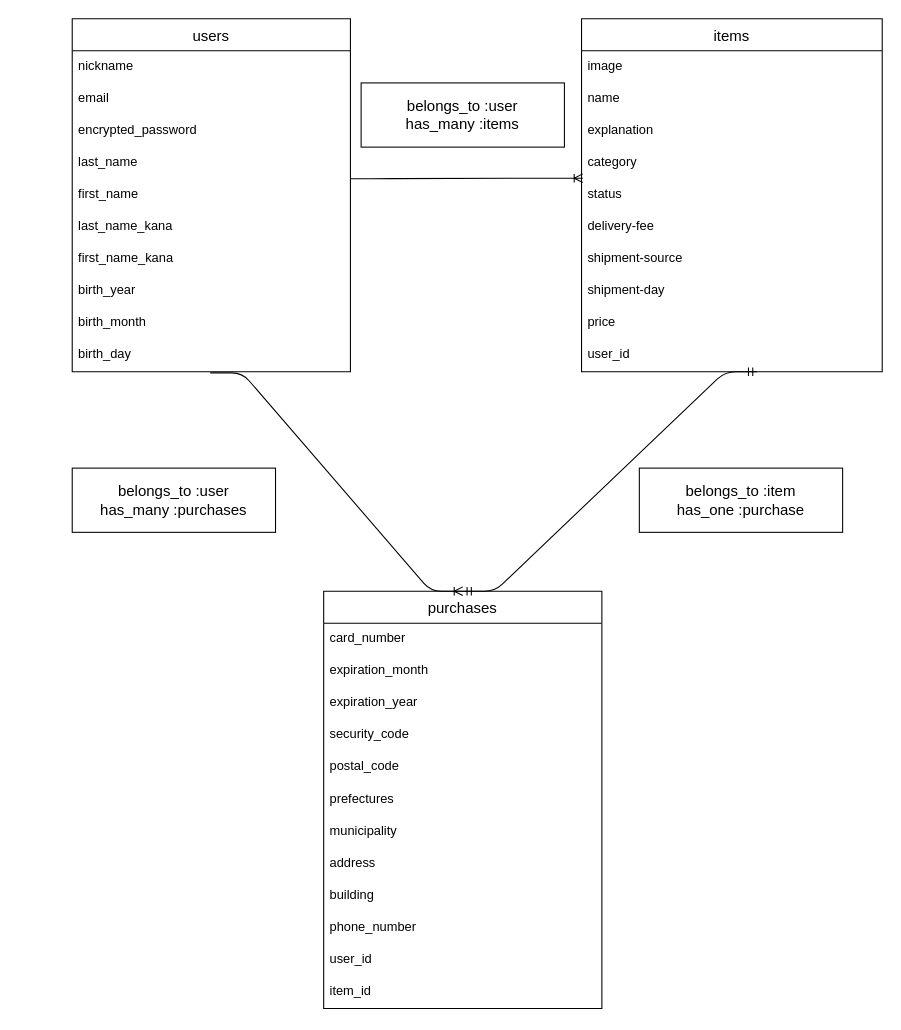
Earlier version of the draw.io diagram Database.dio (ALBAS23/furima-28673). Source tidied: cells renumbered, new cells numbered last; positions are measured from the earlier drawing's top-left corner, leaving out a move shared by most shapes. Both pictures are drawn from the tidied source at 107%, with x=0, y=0 at pixel (72, 18).
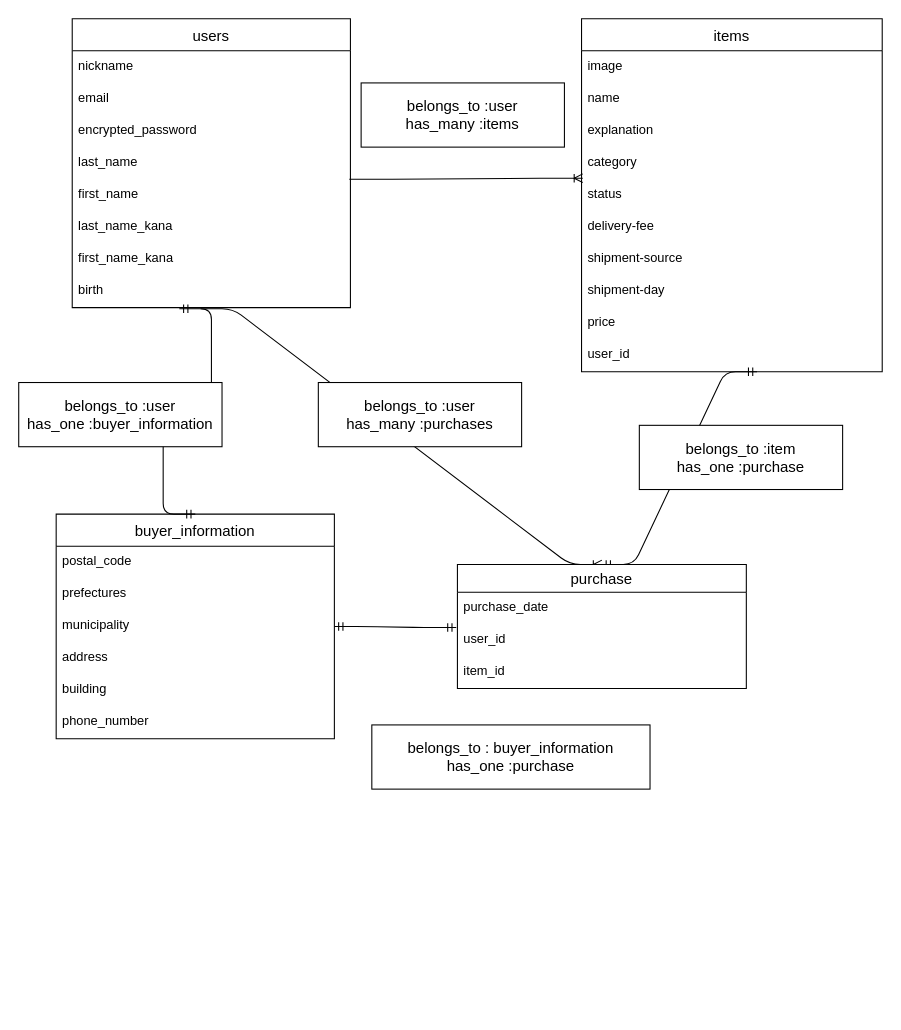
The same diagram, later.

Commit message (it also covers changes not shown here):
データベース設計_修正１

The change refers to these unchanged cells:
```xml
<mxCell id="20" value="first_name" style="text;strokeColor=none;fillColor=none;spacingLeft=4;spacingRight=4;overflow=hidden;points=[[0,0.5],[1,0.5]];portConstraint=eastwest;fontSize=12;rotation=0;" parent="15" vertex="1">
  <mxGeometry y="150" width="260" height="30" as="geometry" />
</mxCell>
<mxCell id="26" value="items" style="swimlane;fontStyle=0;horizontal=1;startSize=30;align=center;fontSize=14;rotation=0;" parent="1" vertex="1">
  <mxGeometry x="476" width="281" height="330" as="geometry" />
</mxCell>
<mxCell id="31" value="status" style="text;strokeColor=none;fillColor=none;spacingLeft=4;spacingRight=4;overflow=hidden;points=[[0,0.5],[1,0.5]];portConstraint=eastwest;fontSize=12;rotation=0;" parent="26" vertex="1">
  <mxGeometry y="150" width="281" height="30" as="geometry" />
</mxCell>
```

What changed in the source:
```diff
@@
-    <mxCell id="2" value="purchases" style="swimlane;fontStyle=0;horizontal=1;startSize=30;align=center;fontSize=14;rotation=0;" parent="1" vertex="1">
-      <mxGeometry x="235" y="535" width="260" height="390" as="geometry" />
+    <mxCell id="2" value="buyer_information" style="swimlane;fontStyle=0;horizontal=1;startSize=30;align=center;fontSize=14;rotation=0;" parent="1" vertex="1">
+      <mxGeometry x="-15" y="463" width="260" height="210" as="geometry" />
     </mxCell>
-    <mxCell id="3" value="card_number" style="text;strokeColor=none;fillColor=none;spacingLeft=4;spacingRight=4;overflow=hidden;fontSize=12;rotation=0;" parent="2" vertex="1">
-      <mxGeometry y="30" width="260" height="30" as="geometry" />
-    </mxCell>
-    <mxCell id="4" value="expiration_month" style="text;strokeColor=none;fillColor=none;spacingLeft=4;spacingRight=4;overflow=hidden;fontSize=12;rotation=0;" parent="2" vertex="1">
-      <mxGeometry y="60" width="260" height="30" as="geometry" />
-    </mxCell>
-    <mxCell id="5" value="expiration_year" style="text;strokeColor=none;fillColor=none;spacingLeft=4;spacingRight=4;overflow=hidden;fontSize=12;rotation=0;" parent="2" vertex="1">
-      <mxGeometry y="90" width="260" height="30" as="geometry" />
-    </mxCell>
-    <mxCell id="6" value="security_code" style="text;strokeColor=none;fillColor=none;spacingLeft=4;spacingRight=4;overflow=hidden;fontSize=12;rotation=0;" parent="2" vertex="1">
-      <mxGeometry y="120" width="260" height="30" as="geometry" />
-    </mxCell>
     <mxCell id="7" value="postal_code" style="text;strokeColor=none;fillColor=none;spacingLeft=4;spacingRight=4;overflow=hidden;fontSize=12;rotation=0;" parent="2" vertex="1">
-      <mxGeometry y="150" width="260" height="30" as="geometry" />
+      <mxGeometry y="30" width="260" height="30" as="geometry" />
     </mxCell>
     <mxCell id="8" value="prefectures" style="text;strokeColor=none;fillColor=none;spacingLeft=4;spacingRight=4;overflow=hidden;fontSize=12;rotation=0;" parent="2" vertex="1">
-      <mxGeometry y="180" width="260" height="30" as="geometry" />
+      <mxGeometry y="60" width="260" height="30" as="geometry" />
     </mxCell>
     <mxCell id="9" value="municipality" style="text;strokeColor=none;fillColor=none;spacingLeft=4;spacingRight=4;overflow=hidden;points=[[0,0.5],[1,0.5]];portConstraint=eastwest;fontSize=12;rotation=0;" parent="2" vertex="1">
-      <mxGeometry y="210" width="260" height="30" as="geometry" />
+      <mxGeometry y="90" width="260" height="30" as="geometry" />
     </mxCell>
     <mxCell id="10" value="address" style="text;strokeColor=none;fillColor=none;spacingLeft=4;spacingRight=4;overflow=hidden;fontSize=12;rotation=0;" parent="2" vertex="1">
-      <mxGeometry y="240" width="260" height="30" as="geometry" />
+      <mxGeometry y="120" width="260" height="30" as="geometry" />
     </mxCell>
     <mxCell id="11" value="building" style="text;strokeColor=none;fillColor=none;spacingLeft=4;spacingRight=4;overflow=hidden;fontSize=12;rotation=0;" parent="2" vertex="1">
-      <mxGeometry y="270" width="260" height="30" as="geometry" />
+      <mxGeometry y="150" width="260" height="30" as="geometry" />
     </mxCell>
     <mxCell id="12" value="phone_number&#10;" style="text;strokeColor=none;fillColor=none;spacingLeft=4;spacingRight=4;overflow=hidden;fontSize=12;rotation=0;" parent="2" vertex="1">
-      <mxGeometry y="300" width="260" height="30" as="geometry" />
+      <mxGeometry y="180" width="260" height="30" as="geometry" />
     </mxCell>
-    <mxCell id="13" value="user_id" style="text;strokeColor=none;fillColor=none;spacingLeft=4;spacingRight=4;overflow=hidden;points=[[0,0.5],[1,0.5]];portConstraint=eastwest;fontSize=12;rotation=0;" parent="2" vertex="1">
-      <mxGeometry y="330" width="260" height="30" as="geometry" />
-    </mxCell>
-    <mxCell id="14" value="item_id" style="text;strokeColor=none;fillColor=none;spacingLeft=4;spacingRight=4;overflow=hidden;fontSize=12;rotation=0;" parent="2" vertex="1">
-      <mxGeometry y="360" width="260" height="30" as="geometry" />
-    </mxCell>
     <mxCell id="15" value="users" style="swimlane;fontStyle=0;horizontal=1;startSize=30;align=center;fontSize=14;rotation=0;" parent="1" vertex="1">
-      <mxGeometry width="260" height="330" as="geometry" />
+      <mxGeometry width="260" height="270" as="geometry" />
     </mxCell>
@@
-    <mxCell id="23" value="birth_year" style="text;strokeColor=none;fillColor=none;spacingLeft=4;spacingRight=4;overflow=hidden;points=[[0,0.5],[1,0.5]];portConstraint=eastwest;fontSize=12;rotation=0;" parent="15" vertex="1">
+    <mxCell id="23" value="birth" style="text;strokeColor=none;fillColor=none;spacingLeft=4;spacingRight=4;overflow=hidden;points=[[0,0.5],[1,0.5]];portConstraint=eastwest;fontSize=12;rotation=0;" parent="15" vertex="1">
       <mxGeometry y="240" width="260" height="30" as="geometry" />
     </mxCell>
-    <mxCell id="24" value="birth_month" style="text;strokeColor=none;fillColor=none;spacingLeft=4;spacingRight=4;overflow=hidden;fontSize=12;rotation=0;" parent="15" vertex="1">
-      <mxGeometry y="270" width="260" height="30" as="geometry" />
-    </mxCell>
-    <mxCell id="25" value="birth_day" style="text;strokeColor=none;fillColor=none;spacingLeft=4;spacingRight=4;overflow=hidden;points=[[0,0.5],[1,0.5]];portConstraint=eastwest;fontSize=12;rotation=0;" parent="15" vertex="1">
-      <mxGeometry y="300" width="260" height="30" as="geometry" />
-    </mxCell>
@@
-    <mxCell id="37" style="edgeStyle=entityRelationEdgeStyle;fontSize=12;html=1;endArrow=ERmandOne;startArrow=ERmandOne;" parent="26" edge="1">
+    <mxCell id="37" style="edgeStyle=entityRelationEdgeStyle;fontSize=12;html=1;endArrow=ERmandOne;startArrow=ERmandOne;exitX=0.5;exitY=0;exitDx=0;exitDy=0;" parent="26" edge="1" source="43">
       <mxGeometry relative="1" as="geometry">
-        <mxPoint x="-111" y="535" as="sourcePoint" />
         <mxPoint x="164" y="330" as="targetPoint" />
       </mxGeometry>
     </mxCell>
-    <mxCell id="38" style="edgeStyle=entityRelationEdgeStyle;fontSize=12;html=1;endArrow=ERoneToMany;exitX=1;exitY=0.5;exitDx=0;exitDy=0;entryX=0.004;entryY=-0.033;entryDx=0;entryDy=0;entryPerimeter=0;" parent="1" edge="1" target="31">
-      <mxGeometry relative="1" as="geometry">
-        <mxPoint x="260" y="149.5" as="sourcePoint" />
-      </mxGeometry>
+    <mxCell id="38" style="edgeStyle=entityRelationEdgeStyle;fontSize=12;html=1;endArrow=ERoneToMany;entryX=0.004;entryY=-0.033;entryDx=0;entryDy=0;entryPerimeter=0;exitX=0.996;exitY=0;exitDx=0;exitDy=0;exitPerimeter=0;" parent="1" edge="1" source="20" target="31">
+      <mxGeometry relative="1" as="geometry" />
     </mxCell>
-    <mxCell id="39" style="edgeStyle=entityRelationEdgeStyle;fontSize=12;html=1;endArrow=ERoneToMany;entryX=0.5;entryY=0;entryDx=0;entryDy=0;exitX=0.496;exitY=1.033;exitDx=0;exitDy=0;exitPerimeter=0;" parent="1" edge="1" source="25" target="2">
-      <mxGeometry relative="1" as="geometry" />
+    <mxCell id="39" style="edgeStyle=entityRelationEdgeStyle;fontSize=12;html=1;endArrow=ERoneToMany;entryX=0.5;entryY=0;entryDx=0;entryDy=0;" parent="1" edge="1" target="43">
+      <mxGeometry relative="1" as="geometry">
+        <mxPoint x="120" y="271" as="sourcePoint" />
+      </mxGeometry>
     </mxCell>
     <mxCell id="40" value="belongs_to :item&lt;br&gt;has_one :purchase" style="whiteSpace=wrap;html=1;startSize=30;fontSize=14;" parent="1" vertex="1">
-      <mxGeometry x="530" y="420" width="190" height="60" as="geometry" />
+      <mxGeometry x="530" y="380" width="190" height="60" as="geometry" />
     </mxCell>
     <mxCell id="41" value="belongs_to :user&lt;br&gt;has_many :purchases" style="whiteSpace=wrap;html=1;startSize=30;fontSize=14;" parent="1" vertex="1">
-      <mxGeometry y="420" width="190" height="60" as="geometry" />
+      <mxGeometry x="230" y="340" width="190" height="60" as="geometry" />
     </mxCell>
@@
+    <mxCell id="43" value="purchase" style="swimlane;fontStyle=0;horizontal=1;startSize=26;align=center;fontSize=14;" parent="1" vertex="1">
+      <mxGeometry x="360" y="510" width="270" height="116" as="geometry" />
+    </mxCell>
+    <mxCell id="44" value="purchase_date" style="text;strokeColor=none;fillColor=none;spacingLeft=4;spacingRight=4;overflow=hidden;fontSize=12;" parent="43" vertex="1">
+      <mxGeometry y="26" width="270" height="30" as="geometry" />
+    </mxCell>
+    <mxCell id="13" value="user_id" style="text;strokeColor=none;fillColor=none;spacingLeft=4;spacingRight=4;overflow=hidden;points=[[0,0.5],[1,0.5]];portConstraint=eastwest;fontSize=12;" parent="43" vertex="1">
+      <mxGeometry y="56" width="270" height="30" as="geometry" />
+    </mxCell>
+    <mxCell id="14" value="item_id" style="text;strokeColor=none;fillColor=none;spacingLeft=4;spacingRight=4;overflow=hidden;fontSize=12;" parent="43" vertex="1">
+      <mxGeometry y="86" width="270" height="30" as="geometry" />
+    </mxCell>
+    <mxCell id="45" style="edgeStyle=entityRelationEdgeStyle;fontSize=12;html=1;endArrow=ERmandOne;startArrow=ERmandOne;exitX=1;exitY=0.5;exitDx=0;exitDy=0;entryX=-0.004;entryY=0.1;entryDx=0;entryDy=0;entryPerimeter=0;" parent="1" edge="1" source="9" target="13">
+      <mxGeometry relative="1" as="geometry" />
+    </mxCell>
+    <mxCell id="46" value="belongs_to : buyer_information&lt;br&gt;has_one :purchase" style="whiteSpace=wrap;html=1;startSize=30;fontSize=14;" parent="1" vertex="1">
+      <mxGeometry x="280" y="660" width="260" height="60" as="geometry" />
+    </mxCell>
+    <mxCell id="47" style="edgeStyle=entityRelationEdgeStyle;fontSize=12;html=1;endArrow=ERmandOne;startArrow=ERmandOne;entryX=0.5;entryY=0;entryDx=0;entryDy=0;exitX=0.385;exitY=1.033;exitDx=0;exitDy=0;exitPerimeter=0;" parent="1" edge="1" source="23" target="2">
+      <mxGeometry relative="1" as="geometry" />
+    </mxCell>
+    <mxCell id="48" value="belongs_to :user&lt;br&gt;has_one :buyer_information" style="whiteSpace=wrap;html=1;startSize=30;fontSize=14;" parent="1" vertex="1">
+      <mxGeometry x="-50" y="340" width="190" height="60" as="geometry" />
+    </mxCell>
```
